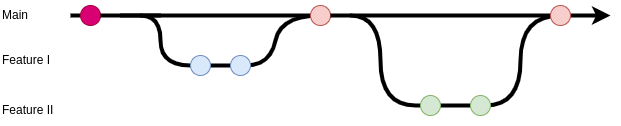
The draw.io diagram docs/img/git.drawio.png in CSCfi/csc-user-guide, before a commit. Source tidied: cells renumbered, new cells last; positions are measured from the earlier drawing's top-left corner, leaving out a move shared by most shapes.
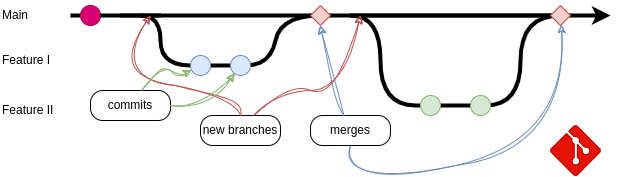
After the change.

What changed in the source:
```diff
@@ -2,7 +2,10 @@
   <root>
     <mxCell id="0" />
     <mxCell id="1" parent="0" />
+    <mxCell id="20" value="merges" style="rounded=1;whiteSpace=wrap;html=1;arcSize=41;" parent="1" vertex="1">
+      <mxGeometry x="310" y="115" width="80" height="30" as="geometry" />
+    </mxCell>
-    <mxCell id="2" style="endArrow=classic;html=1;strokeWidth=4;startArrow=none;" parent="1" edge="1" source="14">
+    <mxCell id="2" style="endArrow=classic;html=1;strokeWidth=4;startArrow=none;exitX=0;exitY=0.5;exitDx=0;exitDy=0;" parent="1" edge="1" source="23">
       <mxGeometry relative="1" as="geometry">
         <mxPoint x="610" y="15" as="targetPoint" />
       </mxGeometry>
@@ -50,21 +53,19 @@
     <mxCell id="9" style="ellipse;whiteSpace=wrap;html=1;fillColor=#d80073;strokeColor=#A50040;fontColor=#ffffff;" parent="1" vertex="1">
       <mxGeometry x="80" y="5" width="20" height="20" as="geometry" />
     </mxCell>
-    <mxCell id="10" style="endArrow=none;html=1;strokeWidth=4;startArrow=none;" parent="1" edge="1" source="9" target="11">
-      <mxGeometry relative="1" as="geometry" />
+    <mxCell id="10" style="endArrow=none;html=1;strokeWidth=4;startArrow=none;" parent="1" edge="1" source="9">
+      <mxGeometry relative="1" as="geometry">
+        <mxPoint x="310" y="15" as="targetPoint" />
+      </mxGeometry>
     </mxCell>
-    <mxCell id="11" style="ellipse;whiteSpace=wrap;html=1;fillColor=#f8cecc;strokeColor=#b85450;" parent="1" vertex="1">
-      <mxGeometry x="310" y="5" width="20" height="20" as="geometry" />
-    </mxCell>
     <mxCell id="12" style="ellipse;whiteSpace=wrap;html=1;fillColor=#dae8fc;strokeColor=#6c8ebf;" parent="1" vertex="1">
       <mxGeometry x="190" y="55" width="20" height="20" as="geometry" />
     </mxCell>
-    <mxCell id="13" style="endArrow=none;html=1;strokeWidth=4;startArrow=none;" parent="1" edge="1" source="11" target="14">
-      <mxGeometry relative="1" as="geometry" />
+    <mxCell id="13" style="endArrow=none;html=1;strokeWidth=4;startArrow=none;exitX=0;exitY=0.5;exitDx=0;exitDy=0;" parent="1" edge="1" source="21">
+      <mxGeometry relative="1" as="geometry">
+        <mxPoint x="550" y="15" as="targetPoint" />
+      </mxGeometry>
     </mxCell>
-    <mxCell id="14" style="ellipse;whiteSpace=wrap;html=1;fillColor=#f8cecc;strokeColor=#b85450;" parent="1" vertex="1">
-      <mxGeometry x="550" y="5" width="20" height="20" as="geometry" />
-    </mxCell>
     <mxCell id="15" style="ellipse;whiteSpace=wrap;html=1;fillColor=#d5e8d4;strokeColor=#82b366;" parent="1" vertex="1">
       <mxGeometry x="420" y="95" width="20" height="20" as="geometry" />
     </mxCell>
@@ -86,5 +87,73 @@
     <mxCell id="19" style="ellipse;whiteSpace=wrap;html=1;fillColor=#d5e8d4;strokeColor=#82b366;" parent="1" vertex="1">
       <mxGeometry x="470" y="95" width="20" height="20" as="geometry" />
     </mxCell>
+    <mxCell id="21" style="rhombus;whiteSpace=wrap;html=1;fillColor=#f8cecc;strokeColor=#b85450;" parent="1" vertex="1">
+      <mxGeometry x="310" y="5" width="20" height="20" as="geometry" />
+    </mxCell>
+    <mxCell id="22" style="curved=1;endArrow=none;html=1;strokeWidth=4;startSize=0;endSize=0;jumpStyle=gap;jumpSize=9;endFill=0;startArrow=none;" parent="1" edge="1" target="23">
+      <mxGeometry relative="1" as="geometry">
+        <mxPoint x="350" y="15" as="sourcePoint" />
+      </mxGeometry>
+    </mxCell>
+    <mxCell id="23" style="rhombus;whiteSpace=wrap;html=1;fillColor=#f8cecc;strokeColor=#b85450;" parent="1" vertex="1">
+      <mxGeometry x="550" y="5" width="20" height="20" as="geometry" />
+    </mxCell>
+    <mxCell id="24" style="curved=1;endArrow=classic;html=1;entryX=0.5;entryY=1;entryDx=0;entryDy=0;sketch=1;curveFitting=1;jiggle=2;fillColor=#dae8fc;strokeColor=#6c8ebf;" parent="1" edge="1" source="20" target="21">
+      <mxGeometry relative="1" as="geometry">
+        <Array as="points">
+          <mxPoint x="330" y="85" />
+        </Array>
+      </mxGeometry>
+    </mxCell>
+    <mxCell id="25" style="curved=1;endArrow=classic;html=1;sketch=1;curveFitting=1;jiggle=2;fillColor=#dae8fc;strokeColor=#6c8ebf;exitX=0.5;exitY=1;exitDx=0;exitDy=0;" parent="1" edge="1" source="20" target="23">
+      <mxGeometry relative="1" as="geometry">
+        <Array as="points">
+          <mxPoint x="340" y="185" />
+          <mxPoint x="570" y="145" />
+        </Array>
+      </mxGeometry>
+    </mxCell>
+    <mxCell id="26" value="commits" style="rounded=1;whiteSpace=wrap;html=1;arcSize=41;" parent="1" vertex="1">
+      <mxGeometry x="90" y="90" width="80" height="30" as="geometry" />
+    </mxCell>
+    <mxCell id="27" value="new branches" style="rounded=1;whiteSpace=wrap;html=1;arcSize=41;" parent="1" vertex="1">
+      <mxGeometry x="200" y="115" width="80" height="30" as="geometry" />
+    </mxCell>
+    <mxCell id="28" style="curved=1;endArrow=classic;html=1;sketch=1;curveFitting=1;jiggle=2;fillColor=#f8cecc;strokeColor=#b85450;" parent="1" edge="1" source="27">
+      <mxGeometry relative="1" as="geometry">
+        <mxPoint x="360" y="15" as="targetPoint" />
+        <Array as="points">
+          <mxPoint x="280" y="85" />
+          <mxPoint x="340" y="95" />
+        </Array>
+      </mxGeometry>
+    </mxCell>
+    <mxCell id="29" style="curved=1;endArrow=classic;html=1;sketch=1;curveFitting=1;jiggle=2;fillColor=#f8cecc;strokeColor=#b85450;" parent="1" edge="1" source="27">
+      <mxGeometry relative="1" as="geometry">
+        <mxPoint x="150" y="15" as="targetPoint" />
+        <Array as="points">
+          <mxPoint x="240" y="95" />
+          <mxPoint x="110" y="75" />
+        </Array>
+      </mxGeometry>
+    </mxCell>
+    <mxCell id="30" style="curved=1;endArrow=classic;html=1;sketch=1;curveFitting=1;jiggle=2;fillColor=#d5e8d4;strokeColor=#82b366;" parent="1" edge="1" source="26" target="12">
+      <mxGeometry relative="1" as="geometry">
+        <Array as="points">
+          <mxPoint x="160" y="65" />
+          <mxPoint x="180" y="75" />
+        </Array>
+      </mxGeometry>
+    </mxCell>
+    <mxCell id="31" style="curved=1;endArrow=classic;html=1;sketch=1;curveFitting=1;jiggle=2;fillColor=#d5e8d4;strokeColor=#82b366;" parent="1" edge="1" source="26" target="17">
+      <mxGeometry relative="1" as="geometry">
+        <Array as="points">
+          <mxPoint x="210" y="105" />
+        </Array>
+      </mxGeometry>
+    </mxCell>
+    <mxCell id="32" style="verticalLabelPosition=bottom;html=1;verticalAlign=top;align=center;strokeColor=#B20000;fillColor=#e51400;shape=mxgraph.azure.git_repository;sketch=0;fontColor=#ffffff;" parent="1" vertex="1">
+      <mxGeometry x="550" y="125" width="50" height="50" as="geometry" />
+    </mxCell>
   </root>
 </mxGraphModel>
```
